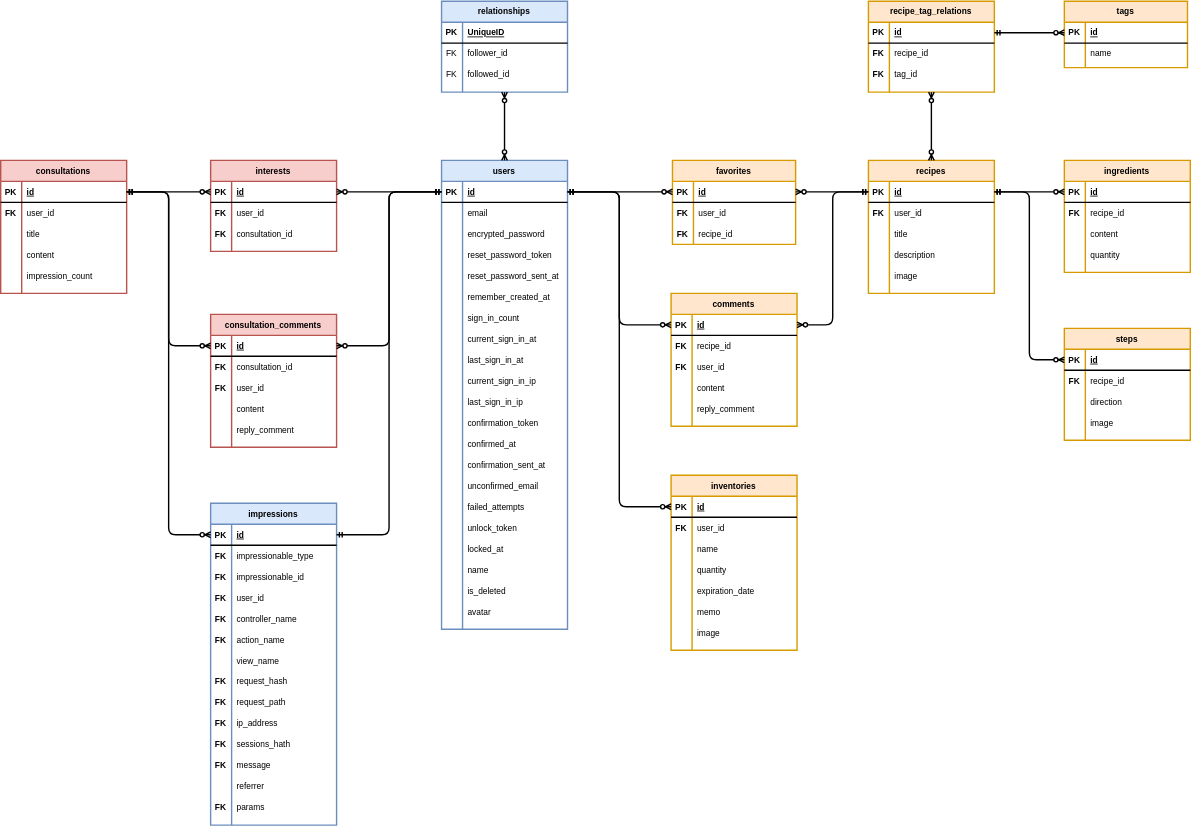
Before: app/assets/images/ER_TastyLife.svg, a diagram exported from draw.io (YukiIshizaki0525/TastyLife). Source tidied: cells renumbered, new cells last; positions are measured from the earlier drawing's top-left corner, leaving out a move shared by most shapes.
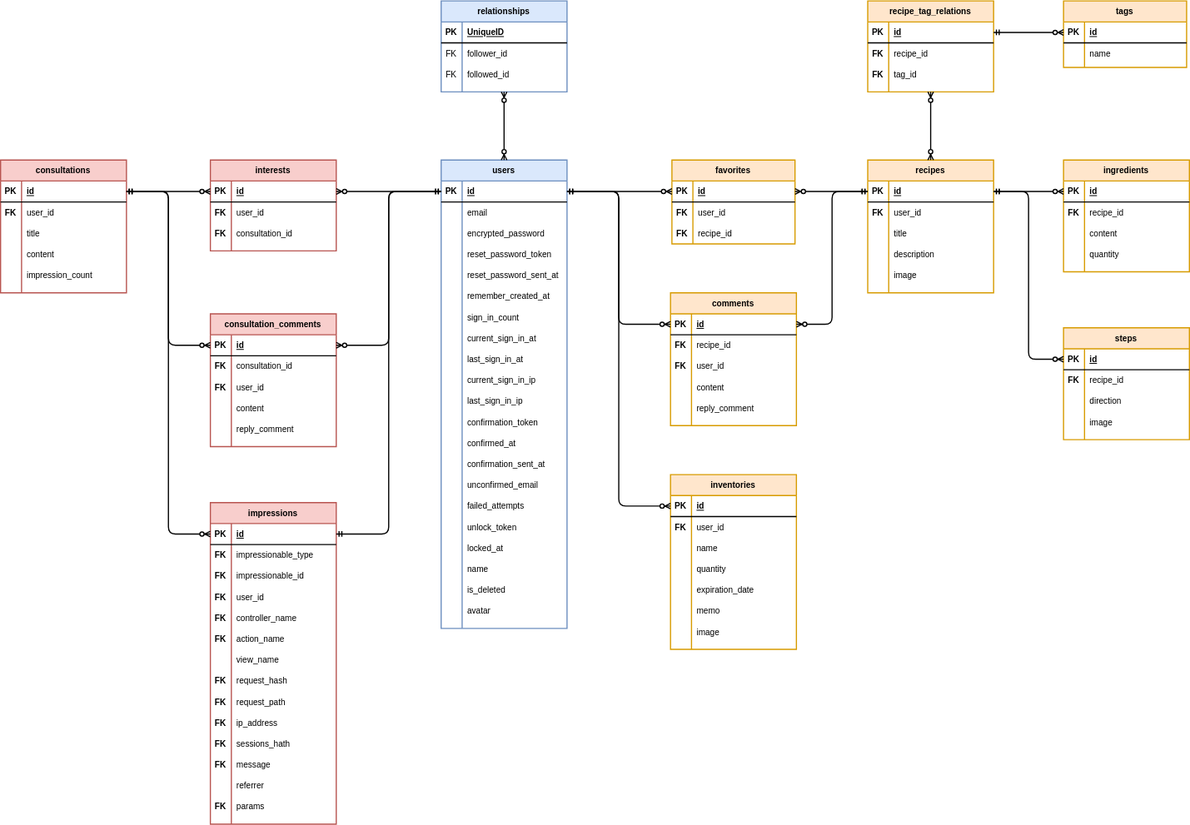
Later version of the same file.

The edit, as a diff of the source:
```diff
@@ -50,7 +50,7 @@
     <mxCell id="17" value="reply_comment" style="shape=partialRectangle;fillColor=none;top=0;left=0;bottom=0;right=0;align=left;spacingLeft=6;overflow=hidden;" parent="15" vertex="1">
       <mxGeometry x="30" width="150" height="30" as="geometry" />
     </mxCell>
-    <mxCell id="18" value="consultation_comments" style="shape=table;startSize=30;rowLines=0;fontStyle=1;align=center;fillColor=#f8cecc;strokeColor=#b85450;" parent="1" vertex="1">
+    <mxCell id="18" value="consultation_comments" style="shape=table;startSize=30;rowLines=0;fontStyle=1;align=center;fillColor=#f8cecc;strokeColor=#B85450;" parent="1" vertex="1">
       <mxGeometry x="300" y="448" width="180" height="190" as="geometry" />
     </mxCell>
     <mxCell id="19" style="shape=partialRectangle;fillColor=none;top=0;left=0;bottom=1;right=0;points=[[0,0.5],[1,0.5]];portConstraint=eastwest;" parent="18" vertex="1">
@@ -176,7 +176,7 @@
     <mxCell id="59" value="recipe_id" style="shape=partialRectangle;fillColor=none;top=0;left=0;bottom=0;right=0;align=left;spacingLeft=6;overflow=hidden;" parent="57" vertex="1">
       <mxGeometry x="30" width="146" height="30" as="geometry" />
     </mxCell>
-    <mxCell id="60" value="impressions" style="shape=table;startSize=30;rowLines=0;fontStyle=1;align=center;fillColor=#dae8fc;strokeColor=#6c8ebf;" parent="1" vertex="1">
+    <mxCell id="60" value="impressions" style="shape=table;startSize=30;rowLines=0;fontStyle=1;align=center;fillColor=#F8CECC;strokeColor=#B85450;" parent="1" vertex="1">
       <mxGeometry x="300" y="718" width="180" height="460" as="geometry" />
     </mxCell>
     <mxCell id="61" style="shape=partialRectangle;fillColor=none;top=0;left=0;bottom=1;right=0;points=[[0,0.5],[1,0.5]];portConstraint=eastwest;" parent="60" vertex="1">
```
